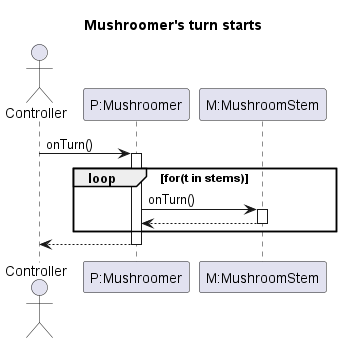
Above: out/3/sequence/startTurn_mushroomer/startTurn_mushroomer.png in Petya-G/fungorium (PlantUML), before the change. The source it was exported from:
```plantuml
@startuml startTurn_mushroomer
title Mushroomer's turn starts

actor Controller
participant "P:Mushroomer" as P
participant "M:MushroomStem" as M

Controller -> P : onTurn()
activate P

    loop for(t in stems)
        P -> M : onTurn()
        activate M
        P <-- M
        deactivate M
    end

Controller <-- P
deactivate P

@enduml
```
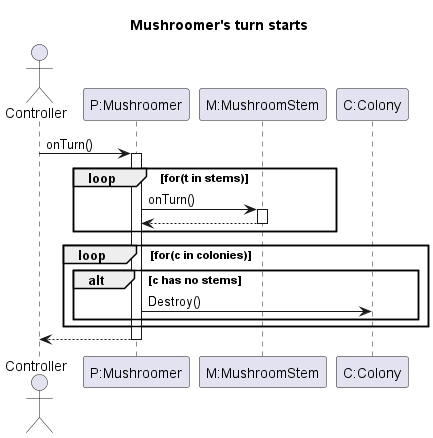
Above is the later version.

What changed in the source:
```diff
@@ -4,6 +4,7 @@
 actor Controller
 participant "P:Mushroomer" as P
 participant "M:MushroomStem" as M
+participant "C:Colony" as C
 
 Controller -> P : onTurn()
 activate P
@@ -15,6 +16,12 @@
         deactivate M
     end
 
+    loop for(c in colonies)
+        alt c has no stems
+            P -> C : Destroy()
+        end
+    end
+
 Controller <-- P
 deactivate P
 
```
